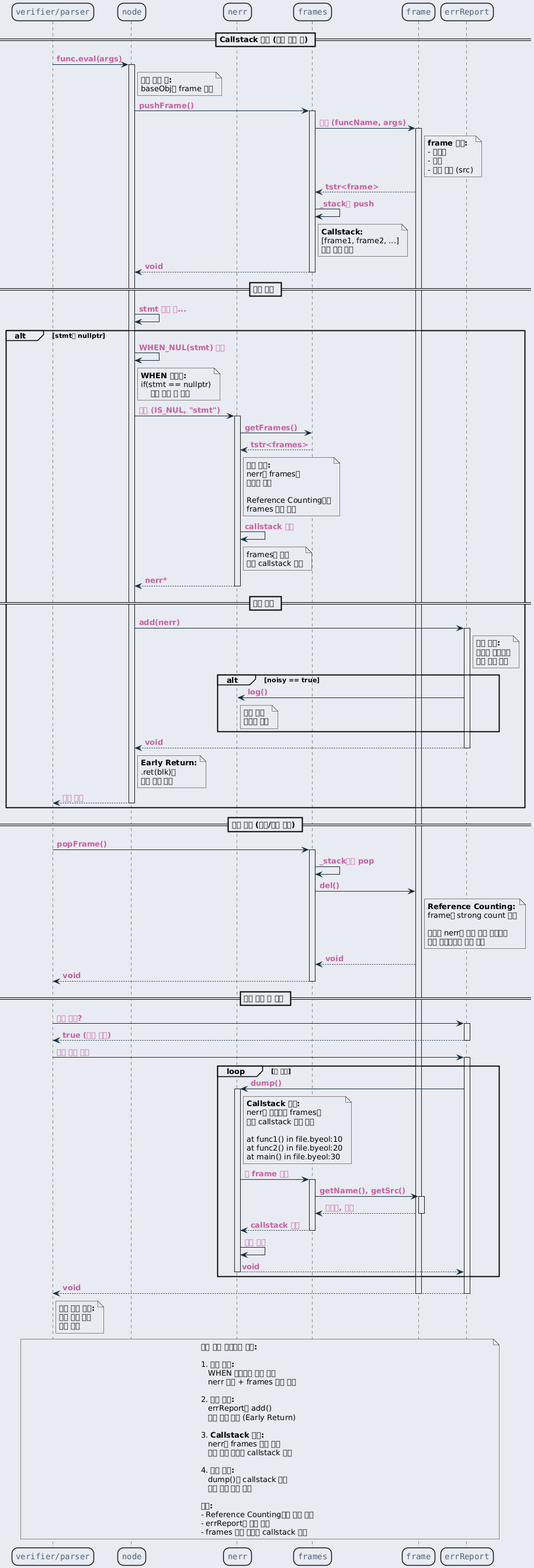
Before: ref/generated/ko/inline_umlgraph_37.png, a diagram exported from PlantUML (byeolang/website). Source of this version:
```plantuml
@startuml inline_umlgraph_37.png
<style>
  root {
    BackGroundColor: #E9EBF2;
  }
  class, node, object, participant, actor, boundary, control, entity, database, collections, queue {
    LineThickness: 1.5;
    HorizontalAlignment center;
    FontColor: #47637b;
    FontSize: 14;
    FontName: "Courier";
    RoundCorner: 20;
  }
  arrow {
    LineColor: #112a40;
    FontColor: #ca5fa4;
    FontStyle: "bold"
  }
  visibilityIcon {
    protected {
      LineColor DarkGoldenRod
      BackgroundColor DarkGoldenRod
    }
}
</style>
participant "verifier/parser" as worker
participant "node" as node
participant "nerr" as nerr
participant "frames" as frames
participant "frame" as frame
participant "errReport" as errReport

== Callstack 구성 (정상 실행 중) ==

worker -> node : func.eval(args)
activate node

note right of node
  <b>함수 호출 시:</b>
  baseObj가 frame 생성
end note

node -> frames : pushFrame()
activate frames

frames -> frame : 생성 (funcName, args)
activate frame

note right of frame
  <b>frame 내용:</b>
  - 함수명
  - 인자
  - 호출 위치 (src)
end note

frame --> frames : tstr<frame>
frames -> frames : _stack에 push

note right of frames
  <b>Callstack:</b>
  [frame1, frame2, ...]
  함수 호출 스택
end note

frames --> node : void
deactivate frames

== 에러 발생 ==

node -> node : stmt 실행 중...

alt stmt가 nullptr

    node -> node : WHEN_NUL(stmt) 감지

    note right of node
      <b>WHEN 매크로:</b>
      if(stmt == nullptr)
          에러 생성 및 반환
    end note

    node -> nerr : 생성 (IS_NUL, "stmt")
    activate nerr

    nerr -> frames : getFrames()
    frames --> nerr : tstr<frames>

    note right of nerr
      <b>강한 참조:</b>
      nerr가 frames를
      강하게 참조

      Reference Counting으로
      frames 생명 연장
    end note

    nerr -> nerr : callstack 캡처
    note right of nerr
      frames를 통해
      현재 callstack 저장
    end note

    nerr --> node : nerr*
    deactivate nerr

== 에러 전파 ==

    node -> errReport : add(nerr)
    activate errReport

    note right of errReport
      <b>에러 수집:</b>
      에러를 모아두고
      작업 계속 진행
    end note

    alt noisy == true

        errReport -> nerr : log()
        note right of nerr
          즉시 로깅
          디버깅 용이
        end note

    end

    errReport --> node : void
    deactivate errReport

    note right of node
      <b>Early Return:</b>
      .ret(blk)로
      함수 즉시 종료
    end note

    node --> worker : 에러 반환
    deactivate node

end

== 함수 종료 (정상/에러 모두) ==

worker -> frames : popFrame()
activate frames

frames -> frames : _stack에서 pop
frames -> frame : del()

note right of frame
  <b>Reference Counting:</b>
  frame의 strong count 감소

  하지만 nerr가 강한 참조 중이므로
  아직 메모리에서 해제 안됨
end note

frame --> frames : void
frames --> worker : void
deactivate frames

== 에러 처리 및 출력 ==

worker -> errReport : 에러 존재?
activate errReport

errReport --> worker : true (에러 있음)
deactivate errReport

worker -> errReport : 모든 에러 순회
activate errReport

loop 각 에러

    errReport -> nerr : dump()
    activate nerr

    note right of nerr
      <b>Callstack 출력:</b>
      nerr가 참조하는 frames를
      통해 callstack 정보 출력

      at func1() in file.byeol:10
      at func2() in file.byeol:20
      at main() in file.byeol:30
    end note

    nerr -> frames : 각 frame 정보
    activate frames

    frames -> frame : getName(), getSrc()
    activate frame

    frame --> frames : 함수명, 위치
    deactivate frame

    frames --> nerr : callstack 정보
    deactivate frames

    nerr -> nerr : 로그 출력

    nerr --> errReport : void
    deactivate nerr

end

errReport --> worker : void
deactivate errReport

note right of worker
  <b>에러 처리 완료:</b>
  모든 에러 출력
  작업 중단
end note

deactivate frame

note over worker, errReport
  <b>에러 전파 메커니즘 요약:</b>

  1. <b>에러 발생:</b>
     WHEN 매크로로 에러 감지
     nerr 생성 + frames 강한 참조

  2. <b>에러 수집:</b>
     errReport에 add()
     작업 계속 진행 (Early Return)

  3. <b>Callstack 보존:</b>
     nerr가 frames 강한 참조
     함수 종료 후에도 callstack 유지

  4. <b>에러 출력:</b>
     dump()로 callstack 포함
     모든 에러 정보 출력

  <b>핵심:</b>
  - Reference Counting으로 생명 관리
  - errReport로 에러 수집
  - frames 강한 참조로 callstack 보존
end note
@enduml
```
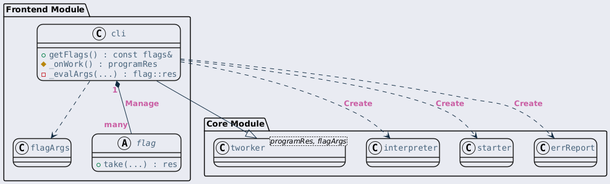
After the change.

Change to the diagram source:
```diff
@@ -23,219 +23,36 @@
     }
 }
 </style>
-participant "verifier/parser" as worker
-participant "node" as node
-participant "nerr" as nerr
-participant "frames" as frames
-participant "frame" as frame
-participant "errReport" as errReport
+package "Core Module" {
+    class "tworker<programRes, flagArgs>" as tworker {
+    }
+    class interpreter {
+    }
+    class starter {
+    }
+    class errReport {
+    }
+}
 
-== Callstack 구성 (정상 실행 중) ==
+package "Frontend Module" {
+    class cli {
+        + getFlags() : const flags&
+        # _onWork() : programRes
+        - _evalArgs(...) : flag::res
+    }
 
-worker -> node : func.eval(args)
-activate node
+    class flagArgs {
+    }
 
-note right of node
-  <b>함수 호출 시:</b>
-  baseObj가 frame 생성
-end note
+    abstract class flag {
+        + take(...) : res
+    }
 
-node -> frames : pushFrame()
-activate frames
-
-frames -> frame : 생성 (funcName, args)
-activate frame
-
-note right of frame
-  <b>frame 내용:</b>
-  - 함수명
-  - 인자
-  - 호출 위치 (src)
-end note
-
-frame --> frames : tstr<frame>
-frames -> frames : _stack에 push
-
-note right of frames
-  <b>Callstack:</b>
-  [frame1, frame2, ...]
-  함수 호출 스택
-end note
-
-frames --> node : void
-deactivate frames
-
-== 에러 발생 ==
-
-node -> node : stmt 실행 중...
-
-alt stmt가 nullptr
-
-    node -> node : WHEN_NUL(stmt) 감지
-
-    note right of node
-      <b>WHEN 매크로:</b>
-      if(stmt == nullptr)
-          에러 생성 및 반환
-    end note
-
-    node -> nerr : 생성 (IS_NUL, "stmt")
-    activate nerr
-
-    nerr -> frames : getFrames()
-    frames --> nerr : tstr<frames>
-
-    note right of nerr
-      <b>강한 참조:</b>
-      nerr가 frames를
-      강하게 참조
-
-      Reference Counting으로
-      frames 생명 연장
-    end note
-
-    nerr -> nerr : callstack 캡처
-    note right of nerr
-      frames를 통해
-      현재 callstack 저장
-    end note
-
-    nerr --> node : nerr*
-    deactivate nerr
-
-== 에러 전파 ==
-
-    node -> errReport : add(nerr)
-    activate errReport
-
-    note right of errReport
-      <b>에러 수집:</b>
-      에러를 모아두고
-      작업 계속 진행
-    end note
-
-    alt noisy == true
-
-        errReport -> nerr : log()
-        note right of nerr
-          즉시 로깅
-          디버깅 용이
-        end note
-
-    end
-
-    errReport --> node : void
-    deactivate errReport
-
-    note right of node
-      <b>Early Return:</b>
-      .ret(blk)로
-      함수 즉시 종료
-    end note
-
-    node --> worker : 에러 반환
-    deactivate node
-
-end
-
-== 함수 종료 (정상/에러 모두) ==
-
-worker -> frames : popFrame()
-activate frames
-
-frames -> frames : _stack에서 pop
-frames -> frame : del()
-
-note right of frame
-  <b>Reference Counting:</b>
-  frame의 strong count 감소
-
-  하지만 nerr가 강한 참조 중이므로
-  아직 메모리에서 해제 안됨
-end note
-
-frame --> frames : void
-frames --> worker : void
-deactivate frames
-
-== 에러 처리 및 출력 ==
-
-worker -> errReport : 에러 존재?
-activate errReport
-
-errReport --> worker : true (에러 있음)
-deactivate errReport
-
-worker -> errReport : 모든 에러 순회
-activate errReport
-
-loop 각 에러
-
-    errReport -> nerr : dump()
-    activate nerr
-
-    note right of nerr
-      <b>Callstack 출력:</b>
-      nerr가 참조하는 frames를
-      통해 callstack 정보 출력
-
-      at func1() in file.byeol:10
-      at func2() in file.byeol:20
-      at main() in file.byeol:30
-    end note
-
-    nerr -> frames : 각 frame 정보
-    activate frames
-
-    frames -> frame : getName(), getSrc()
-    activate frame
-
-    frame --> frames : 함수명, 위치
-    deactivate frame
-
-    frames --> nerr : callstack 정보
-    deactivate frames
-
-    nerr -> nerr : 로그 출력
-
-    nerr --> errReport : void
-    deactivate nerr
-
-end
-
-errReport --> worker : void
-deactivate errReport
-
-note right of worker
-  <b>에러 처리 완료:</b>
-  모든 에러 출력
-  작업 중단
-end note
-
-deactivate frame
-
-note over worker, errReport
-  <b>에러 전파 메커니즘 요약:</b>
-
-  1. <b>에러 발생:</b>
-     WHEN 매크로로 에러 감지
-     nerr 생성 + frames 강한 참조
-
-  2. <b>에러 수집:</b>
-     errReport에 add()
-     작업 계속 진행 (Early Return)
-
-  3. <b>Callstack 보존:</b>
-     nerr가 frames 강한 참조
-     함수 종료 후에도 callstack 유지
-
-  4. <b>에러 출력:</b>
-     dump()로 callstack 포함
-     모든 에러 정보 출력
-
-  <b>핵심:</b>
-  - Reference Counting으로 생명 관리
-  - errReport로 에러 수집
-  - frames 강한 참조로 callstack 보존
-end note
+    cli --|> tworker
+    cli ..> interpreter : Create
+    cli ..> starter : Create
+    cli ..> errReport : Create
+    cli ..> flagArgs
+    cli "1" *-- "many" flag : Manage
+}
 @enduml
```
